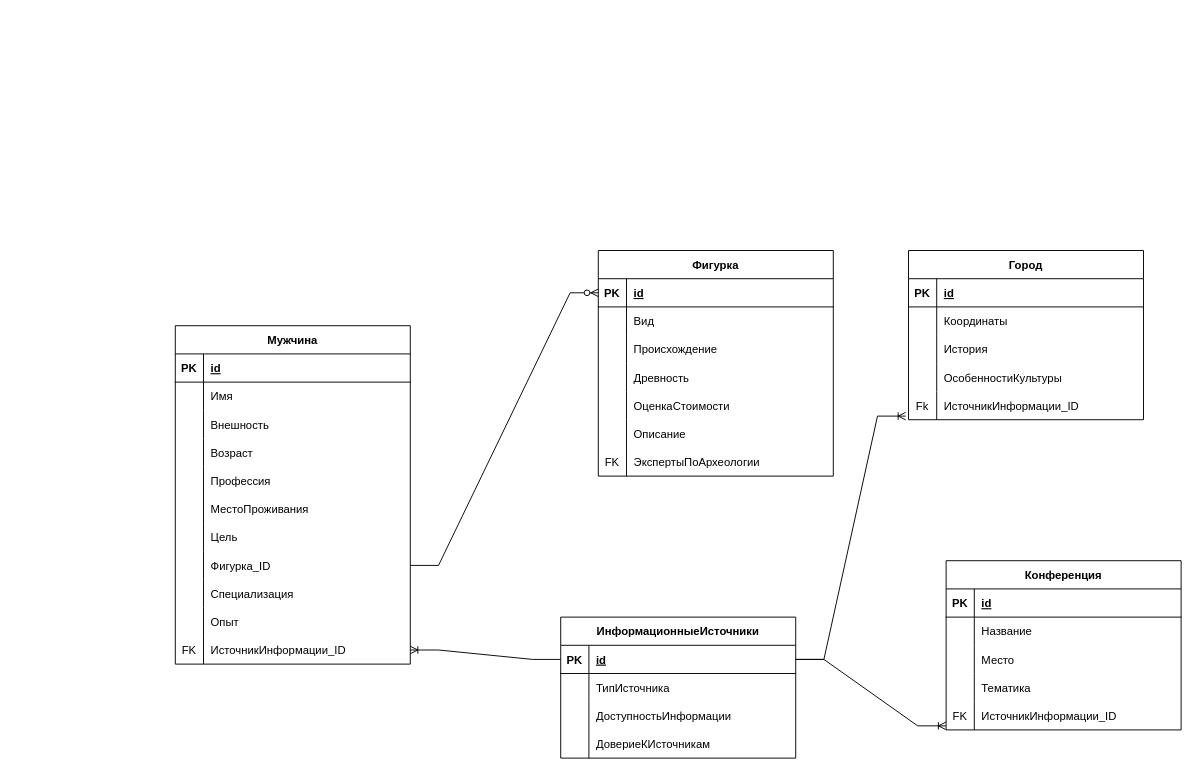
Before: DataBase 3-1/Диаграмма без названия.drawio in amirymax/ITMO, a draw.io diagram. Source tidied: cells renumbered, new cells numbered last; positions are measured from the earlier drawing's top-left corner, leaving out a move shared by most shapes. Both pictures are drawn from the tidied source at 94%, with x=0, y=0 at pixel (175, 250).
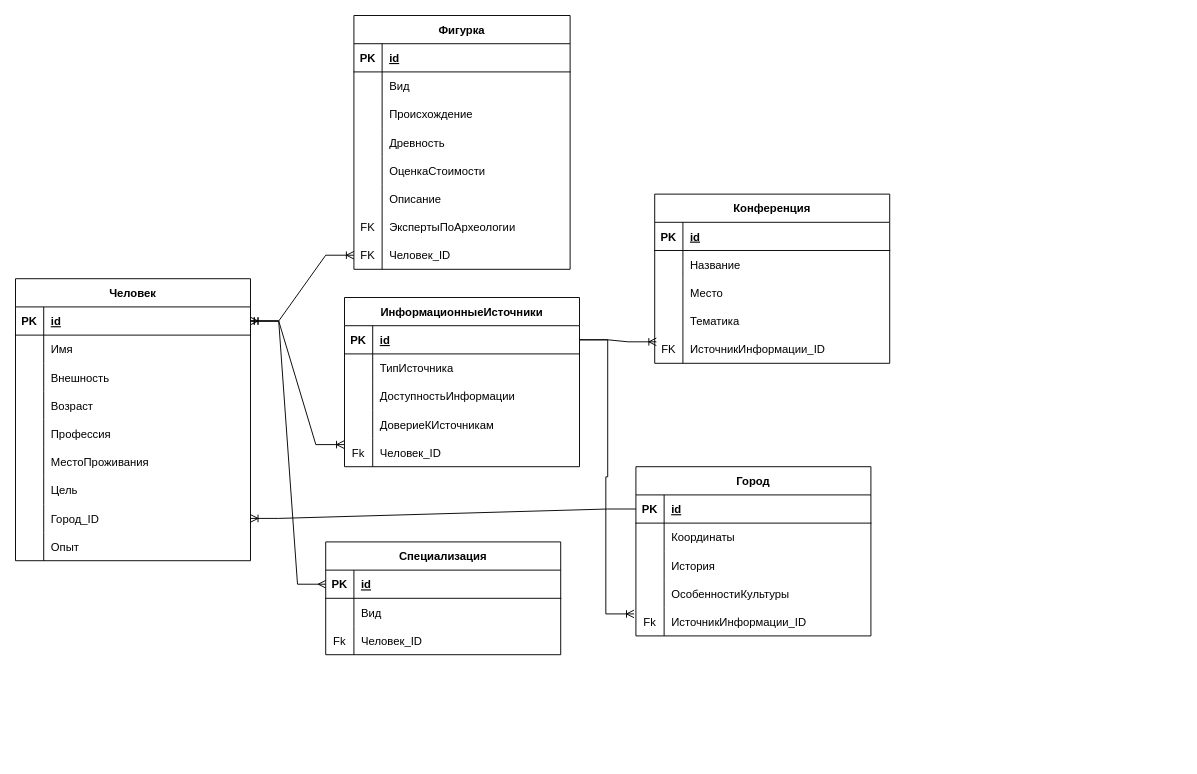
After the change.

The change refers to these unchanged cells:
```xml
<mxCell id="25" style="shape=partialRectangle;fillColor=none;points=[[0,0.5],[1,0.5]];portConstraint=eastwest;top=0;left=0;right=0;bottom=1;" parent="24" vertex="1">
  <mxGeometry y="30" width="250" height="30" as="geometry" />
</mxCell>
<mxCell id="46" style="shape=partialRectangle;fillColor=none;points=[[0,0.5],[1,0.5]];portConstraint=eastwest;top=0;left=0;right=0;bottom=0;" parent="24" vertex="1">
  <mxGeometry y="240" width="250" height="30" as="geometry" />
</mxCell>
<mxCell id="71" style="shape=partialRectangle;fillColor=none;points=[[0,0.5],[1,0.5]];portConstraint=eastwest;top=0;left=0;right=0;bottom=0;" parent="58" vertex="1">
  <mxGeometry y="150" width="250" height="30" as="geometry" />
</mxCell>
<mxCell id="75" style="shape=partialRectangle;fillColor=none;points=[[0,0.5],[1,0.5]];portConstraint=eastwest;top=0;left=0;right=0;bottom=1;" parent="74" vertex="1">
  <mxGeometry y="30" width="250" height="30" as="geometry" />
</mxCell>
<mxCell id="87" style="shape=partialRectangle;fillColor=none;points=[[0,0.5],[1,0.5]];portConstraint=eastwest;top=0;left=0;right=0;bottom=0;" parent="74" vertex="1">
  <mxGeometry y="150" width="250" height="30" as="geometry" />
</mxCell>
<mxCell id="91" style="shape=partialRectangle;fillColor=none;points=[[0,0.5],[1,0.5]];portConstraint=eastwest;top=0;left=0;right=0;bottom=1;" parent="90" vertex="1">
  <mxGeometry y="30" width="250" height="30" as="geometry" />
</mxCell>
```

The edit, as a diff of the source:
```diff
@@
     <mxCell id="2" value="Фигурка" style="shape=table;startSize=30;childLayout=tableLayout;rowLines=0;fontStyle=1;align=center;" parent="1" vertex="1">
-      <mxGeometry x="450" width="250" height="240" as="geometry" />
+      <mxGeometry x="190" y="-250" width="230" height="270" as="geometry" />
     </mxCell>
     <mxCell id="3" style="shape=partialRectangle;fillColor=none;points=[[0,0.5],[1,0.5]];portConstraint=eastwest;top=0;left=0;right=0;bottom=1;" parent="2" vertex="1">
-      <mxGeometry y="30" width="250" height="30" as="geometry" />
+      <mxGeometry y="30" width="230" height="30" as="geometry" />
     </mxCell>
@@
     <mxCell id="5" value="id" style="shape=partialRectangle;overflow=hidden;fillColor=none;top=0;left=0;bottom=0;right=0;align=left;spacingLeft=6;fontStyle=5;" parent="3" vertex="1">
-      <mxGeometry x="30" width="220" height="30" as="geometry" />
+      <mxGeometry x="30" width="200" height="30" as="geometry" />
     </mxCell>
     <mxCell id="6" style="shape=partialRectangle;fillColor=none;top=0;left=0;right=0;bottom=0;" parent="2" vertex="1">
-      <mxGeometry y="60" width="250" height="30" as="geometry" />
+      <mxGeometry y="60" width="230" height="30" as="geometry" />
     </mxCell>
@@
     <mxCell id="8" value="Вид" style="shape=partialRectangle;overflow=hidden;fillColor=none;top=0;left=0;bottom=0;right=0;align=left;spacingLeft=6;" parent="6" vertex="1">
-      <mxGeometry x="30" width="220" height="30" as="geometry" />
+      <mxGeometry x="30" width="200" height="30" as="geometry" />
     </mxCell>
     <mxCell id="9" style="shape=partialRectangle;fillColor=none;top=0;left=0;right=0;bottom=0;" parent="2" vertex="1">
-      <mxGeometry y="90" width="250" height="30" as="geometry" />
+      <mxGeometry y="90" width="230" height="30" as="geometry" />
     </mxCell>
@@
     <mxCell id="11" value="Происхождение" style="shape=partialRectangle;overflow=hidden;fillColor=none;top=0;left=0;bottom=0;right=0;align=left;spacingLeft=6;" parent="9" vertex="1">
-      <mxGeometry x="30" width="220" height="30" as="geometry" />
+      <mxGeometry x="30" width="200" height="30" as="geometry" />
     </mxCell>
     <mxCell id="12" style="shape=partialRectangle;fillColor=none;top=0;left=0;right=0;bottom=0;" parent="2" vertex="1">
-      <mxGeometry y="120" width="250" height="30" as="geometry" />
+      <mxGeometry y="120" width="230" height="30" as="geometry" />
     </mxCell>
@@
     <mxCell id="14" value="Древность" style="shape=partialRectangle;overflow=hidden;fillColor=none;top=0;left=0;bottom=0;right=0;align=left;spacingLeft=6;" parent="12" vertex="1">
-      <mxGeometry x="30" width="220" height="30" as="geometry" />
+      <mxGeometry x="30" width="200" height="30" as="geometry" />
     </mxCell>
     <mxCell id="15" style="shape=partialRectangle;fillColor=none;top=0;left=0;right=0;bottom=0;" parent="2" vertex="1">
-      <mxGeometry y="150" width="250" height="30" as="geometry" />
+      <mxGeometry y="150" width="230" height="30" as="geometry" />
     </mxCell>
@@
     <mxCell id="17" value="ОценкаСтоимости" style="shape=partialRectangle;overflow=hidden;fillColor=none;top=0;left=0;bottom=0;right=0;align=left;spacingLeft=6;" parent="15" vertex="1">
-      <mxGeometry x="30" width="220" height="30" as="geometry" />
+      <mxGeometry x="30" width="200" height="30" as="geometry" />
     </mxCell>
     <mxCell id="18" style="shape=partialRectangle;fillColor=none;top=0;left=0;right=0;bottom=0;" parent="2" vertex="1">
-      <mxGeometry y="180" width="250" height="30" as="geometry" />
+      <mxGeometry y="180" width="230" height="30" as="geometry" />
     </mxCell>
@@
     <mxCell id="20" value="Описание" style="shape=partialRectangle;overflow=hidden;fillColor=none;top=0;left=0;bottom=0;right=0;align=left;spacingLeft=6;" parent="18" vertex="1">
-      <mxGeometry x="30" width="220" height="30" as="geometry" />
+      <mxGeometry x="30" width="200" height="30" as="geometry" />
     </mxCell>
     <mxCell id="21" style="shape=partialRectangle;fillColor=none;top=0;left=0;right=0;bottom=0;" parent="2" vertex="1">
-      <mxGeometry y="210" width="250" height="30" as="geometry" />
+      <mxGeometry y="210" width="230" height="30" as="geometry" />
     </mxCell>
@@
     <mxCell id="23" value="ЭкспертыПоАрхеологии" style="shape=partialRectangle;overflow=hidden;fillColor=none;top=0;left=0;bottom=0;right=0;align=left;spacingLeft=6;" parent="21" vertex="1">
-      <mxGeometry x="30" width="220" height="30" as="geometry" />
+      <mxGeometry x="30" width="200" height="30" as="geometry" />
     </mxCell>
+    <mxCell id="107" style="shape=partialRectangle;fillColor=none;points=[[0,0.5],[1,0.5]];portConstraint=eastwest;top=0;left=0;right=0;bottom=0;" parent="2" vertex="1">
+      <mxGeometry y="240" width="230" height="30" as="geometry" />
+    </mxCell>
+    <mxCell id="56" value="FK" style="shape=partialRectangle;overflow=hidden;fillColor=none;top=0;left=0;bottom=0;right=0;" parent="107" vertex="1">
+      <mxGeometry width="30" height="30" as="geometry" />
+    </mxCell>
+    <mxCell id="108" value="Человек_ID" style="shape=partialRectangle;overflow=hidden;fillColor=none;top=0;left=0;bottom=0;right=0;align=left;spacingLeft=6;" parent="107" vertex="1">
+      <mxGeometry x="30" width="200" height="30" as="geometry" />
+    </mxCell>
-    <mxCell id="24" value="Мужчина" style="shape=table;startSize=30;childLayout=tableLayout;rowLines=0;fontStyle=1;align=center;" parent="1" vertex="1">
-      <mxGeometry y="80" width="250" height="360" as="geometry" />
+    <mxCell id="24" value="Человек" style="shape=table;startSize=30;childLayout=tableLayout;rowLines=0;fontStyle=1;align=center;" parent="1" vertex="1">
+      <mxGeometry x="-170" y="30" width="250" height="300" as="geometry" />
     </mxCell>
@@
-    <mxCell id="47" style="shape=partialRectangle;overflow=hidden;fillColor=none;top=0;left=0;bottom=0;right=0;" parent="46" vertex="1">
-      <mxGeometry width="30" height="30" as="geometry" />
-    </mxCell>
-    <mxCell id="48" value="Фигурка_ID" style="shape=partialRectangle;overflow=hidden;fillColor=none;top=0;left=0;bottom=0;right=0;align=left;spacingLeft=6;" parent="46" vertex="1">
-      <mxGeometry x="30" width="220" height="30" as="geometry" />
-    </mxCell>
-    <mxCell id="49" style="shape=partialRectangle;fillColor=none;top=0;left=0;right=0;bottom=0;" parent="24" vertex="1">
-      <mxGeometry y="270" width="250" height="30" as="geometry" />
-    </mxCell>
-    <mxCell id="50" style="shape=partialRectangle;overflow=hidden;fillColor=none;top=0;left=0;bottom=0;right=0;" parent="49" vertex="1">
-      <mxGeometry width="30" height="30" as="geometry" />
-    </mxCell>
-    <mxCell id="51" value="Специализация" style="shape=partialRectangle;overflow=hidden;fillColor=none;top=0;left=0;bottom=0;right=0;align=left;spacingLeft=6;" parent="49" vertex="1">
-      <mxGeometry x="30" width="220" height="30" as="geometry" />
-    </mxCell>
+    <mxCell id="109" style="shape=partialRectangle;overflow=hidden;fillColor=none;top=0;left=0;bottom=0;right=0;" parent="46" vertex="1">
+      <mxGeometry width="30" height="30" as="geometry" />
+    </mxCell>
+    <mxCell id="110" value="Город_ID" style="shape=partialRectangle;overflow=hidden;fillColor=none;top=0;left=0;bottom=0;right=0;align=left;spacingLeft=6;" parent="46" vertex="1">
+      <mxGeometry x="30" width="220" height="30" as="geometry" />
+    </mxCell>
     <mxCell id="52" style="shape=partialRectangle;fillColor=none;top=0;left=0;right=0;bottom=0;" parent="24" vertex="1">
-      <mxGeometry y="300" width="250" height="30" as="geometry" />
+      <mxGeometry y="270" width="250" height="30" as="geometry" />
     </mxCell>
@@
-    <mxCell id="55" style="shape=partialRectangle;fillColor=none;points=[[0,0.5],[1,0.5]];portConstraint=eastwest;top=0;left=0;right=0;bottom=0;" parent="24" vertex="1">
-      <mxGeometry y="330" width="250" height="30" as="geometry" />
-    </mxCell>
-    <mxCell id="56" value="FK" style="shape=partialRectangle;overflow=hidden;fillColor=none;top=0;left=0;bottom=0;right=0;" parent="55" vertex="1">
-      <mxGeometry width="30" height="30" as="geometry" />
-    </mxCell>
-    <mxCell id="57" value="ИсточникИнформации_ID" style="shape=partialRectangle;overflow=hidden;fillColor=none;top=0;left=0;bottom=0;right=0;align=left;spacingLeft=6;" parent="55" vertex="1">
-      <mxGeometry x="30" width="220" height="30" as="geometry" />
-    </mxCell>
     <mxCell id="58" value="Конференция" style="shape=table;startSize=30;childLayout=tableLayout;rowLines=0;fontStyle=1;align=center;" parent="1" vertex="1">
-      <mxGeometry x="820" y="330" width="250" height="180" as="geometry" />
+      <mxGeometry x="510" y="-60" width="250" height="180" as="geometry" />
     </mxCell>
@@
     <mxCell id="74" value="Город" style="shape=table;startSize=30;childLayout=tableLayout;rowLines=0;fontStyle=1;align=center;" parent="1" vertex="1">
-      <mxGeometry x="780" width="250" height="180" as="geometry" />
+      <mxGeometry x="490" y="230" width="250" height="180" as="geometry" />
     </mxCell>
@@
     <mxCell id="90" value="ИнформационныеИсточники" style="shape=table;startSize=30;childLayout=tableLayout;rowLines=0;fontStyle=1;align=center;" parent="1" vertex="1">
-      <mxGeometry x="410" y="390" width="250" height="150" as="geometry" />
+      <mxGeometry x="180" y="50" width="250" height="180" as="geometry" />
     </mxCell>
@@
-    <mxCell id="103" style="edgeStyle=entityRelationEdgeStyle;fontSize=12;html=1;endArrow=ERzeroToMany;endFill=1;rounded=0;entryX=0;entryY=0.5;entryDx=0;entryDy=0;exitX=1;exitY=0.5;exitDx=0;exitDy=0;" parent="1" edge="1" source="46" target="3">
-      <mxGeometry relative="1" as="geometry" />
-    </mxCell>
-    <mxCell id="104" style="edgeStyle=entityRelationEdgeStyle;fontSize=12;html=1;endArrow=ERoneToMany;rounded=0;entryX=1;entryY=0.5;entryDx=0;entryDy=0;exitX=0;exitY=0.5;exitDx=0;exitDy=0;" parent="1" edge="1" source="91" target="55">
-      <mxGeometry relative="1" as="geometry" />
-    </mxCell>
+    <mxCell id="111" style="shape=partialRectangle;fillColor=none;points=[[0,0.5],[1,0.5]];portConstraint=eastwest;top=0;left=0;right=0;bottom=0;" parent="90" vertex="1">
+      <mxGeometry y="150" width="250" height="30" as="geometry" />
+    </mxCell>
+    <mxCell id="112" value="Fk" style="shape=partialRectangle;overflow=hidden;fillColor=none;top=0;left=0;bottom=0;right=0;" parent="111" vertex="1">
+      <mxGeometry width="30" height="30" as="geometry" />
+    </mxCell>
+    <mxCell id="113" value="Человек_ID" style="shape=partialRectangle;overflow=hidden;fillColor=none;top=0;left=0;bottom=0;right=0;align=left;spacingLeft=6;" parent="111" vertex="1">
+      <mxGeometry x="30" width="220" height="30" as="geometry" />
+    </mxCell>
-    <mxCell id="105" style="edgeStyle=entityRelationEdgeStyle;fontSize=12;html=1;endArrow=ERoneToMany;rounded=0;exitX=1;exitY=0.5;exitDx=0;exitDy=0;entryX=-0.012;entryY=0.872;entryDx=0;entryDy=0;entryPerimeter=0;" parent="1" edge="1" source="91" target="87">
+    <mxCell id="105" style="edgeStyle=entityRelationEdgeStyle;fontSize=12;html=1;endArrow=ERoneToMany;rounded=0;exitX=1;exitY=0.5;exitDx=0;exitDy=0;entryX=-0.008;entryY=0.22;entryDx=0;entryDy=0;entryPerimeter=0;" parent="1" edge="1" source="91" target="87">
       <mxGeometry relative="1" as="geometry" />
     </mxCell>
-    <mxCell id="106" style="edgeStyle=entityRelationEdgeStyle;fontSize=12;html=1;endArrow=ERoneToMany;rounded=0;entryX=-0.001;entryY=0.856;entryDx=0;entryDy=0;exitX=1;exitY=0.5;exitDx=0;exitDy=0;entryPerimeter=0;" parent="1" edge="1" source="91" target="71">
+    <mxCell id="106" style="edgeStyle=entityRelationEdgeStyle;fontSize=12;html=1;endArrow=ERoneToMany;rounded=0;entryX=0.007;entryY=0.238;entryDx=0;entryDy=0;exitX=1;exitY=0.5;exitDx=0;exitDy=0;entryPerimeter=0;" parent="1" edge="1" source="91" target="71">
       <mxGeometry relative="1" as="geometry" />
     </mxCell>
+    <mxCell id="114" style="edgeStyle=entityRelationEdgeStyle;fontSize=12;html=1;endArrow=ERoneToMany;startArrow=ERmandOne;rounded=0;exitX=1;exitY=0.5;exitDx=0;exitDy=0;entryX=0;entryY=0.5;entryDx=0;entryDy=0;" parent="1" edge="1" source="25" target="107">
+      <mxGeometry relative="1" as="geometry" />
+    </mxCell>
+    <mxCell id="115" style="edgeStyle=entityRelationEdgeStyle;fontSize=12;html=1;endArrow=ERoneToMany;startArrow=ERmandOne;rounded=0;exitX=1;exitY=0.5;exitDx=0;exitDy=0;entryX=-0.002;entryY=0.216;entryDx=0;entryDy=0;entryPerimeter=0;" parent="1" edge="1" source="25" target="111">
+      <mxGeometry relative="1" as="geometry" />
+    </mxCell>
+    <mxCell id="116" style="edgeStyle=entityRelationEdgeStyle;fontSize=12;html=1;endArrow=ERoneToMany;rounded=0;entryX=1;entryY=0.5;entryDx=0;entryDy=0;exitX=0;exitY=0.5;exitDx=0;exitDy=0;" parent="1" edge="1" source="75" target="46">
+      <mxGeometry relative="1" as="geometry" />
+    </mxCell>
+    <mxCell id="51" value="Специализация" style="shape=table;startSize=30;childLayout=tableLayout;rowLines=0;fontStyle=1;align=center;" parent="1" vertex="1">
+      <mxGeometry x="160" y="310" width="250" height="120" as="geometry" />
+    </mxCell>
+    <mxCell id="117" style="shape=partialRectangle;fillColor=none;points=[[0,0.5],[1,0.5]];portConstraint=eastwest;top=0;left=0;right=0;bottom=1;" parent="51" vertex="1">
+      <mxGeometry y="30" width="250" height="30" as="geometry" />
+    </mxCell>
+    <mxCell id="118" value="PK" style="shape=partialRectangle;overflow=hidden;fillColor=none;top=0;left=0;bottom=0;right=0;fontStyle=1;" parent="117" vertex="1">
+      <mxGeometry width="30" height="30" as="geometry" />
+    </mxCell>
+    <mxCell id="119" value="id" style="shape=partialRectangle;overflow=hidden;fillColor=none;top=0;left=0;bottom=0;right=0;align=left;spacingLeft=6;fontStyle=5;" parent="117" vertex="1">
+      <mxGeometry x="30" width="220" height="30" as="geometry" />
+    </mxCell>
+    <mxCell id="120" style="shape=partialRectangle;fillColor=none;top=0;left=0;right=0;bottom=0;" parent="51" vertex="1">
+      <mxGeometry y="60" width="250" height="30" as="geometry" />
+    </mxCell>
+    <mxCell id="121" style="shape=partialRectangle;overflow=hidden;fillColor=none;top=0;left=0;bottom=0;right=0;" parent="120" vertex="1">
+      <mxGeometry width="30" height="30" as="geometry" />
+    </mxCell>
+    <mxCell id="122" value="Вид" style="shape=partialRectangle;overflow=hidden;fillColor=none;top=0;left=0;bottom=0;right=0;align=left;spacingLeft=6;" parent="120" vertex="1">
+      <mxGeometry x="30" width="220" height="30" as="geometry" />
+    </mxCell>
+    <mxCell id="123" style="shape=partialRectangle;fillColor=none;top=0;left=0;right=0;bottom=0;" parent="51" vertex="1">
+      <mxGeometry y="90" width="250" height="30" as="geometry" />
+    </mxCell>
+    <mxCell id="124" value="Fk" style="shape=partialRectangle;overflow=hidden;fillColor=none;top=0;left=0;bottom=0;right=0;" parent="123" vertex="1">
+      <mxGeometry width="30" height="30" as="geometry" />
+    </mxCell>
+    <mxCell id="125" value="Человек_ID" style="shape=partialRectangle;overflow=hidden;fillColor=none;top=0;left=0;bottom=0;right=0;align=left;spacingLeft=6;" parent="123" vertex="1">
+      <mxGeometry x="30" width="220" height="30" as="geometry" />
+    </mxCell>
+    <mxCell id="126" style="edgeStyle=entityRelationEdgeStyle;fontSize=12;html=1;endArrow=ERmany;startArrow=ERmany;rounded=0;entryX=1;entryY=0.5;entryDx=0;entryDy=0;exitX=0;exitY=0.5;exitDx=0;exitDy=0;" parent="1" edge="1" source="117" target="25">
+      <mxGeometry relative="1" as="geometry" />
+    </mxCell>
```
